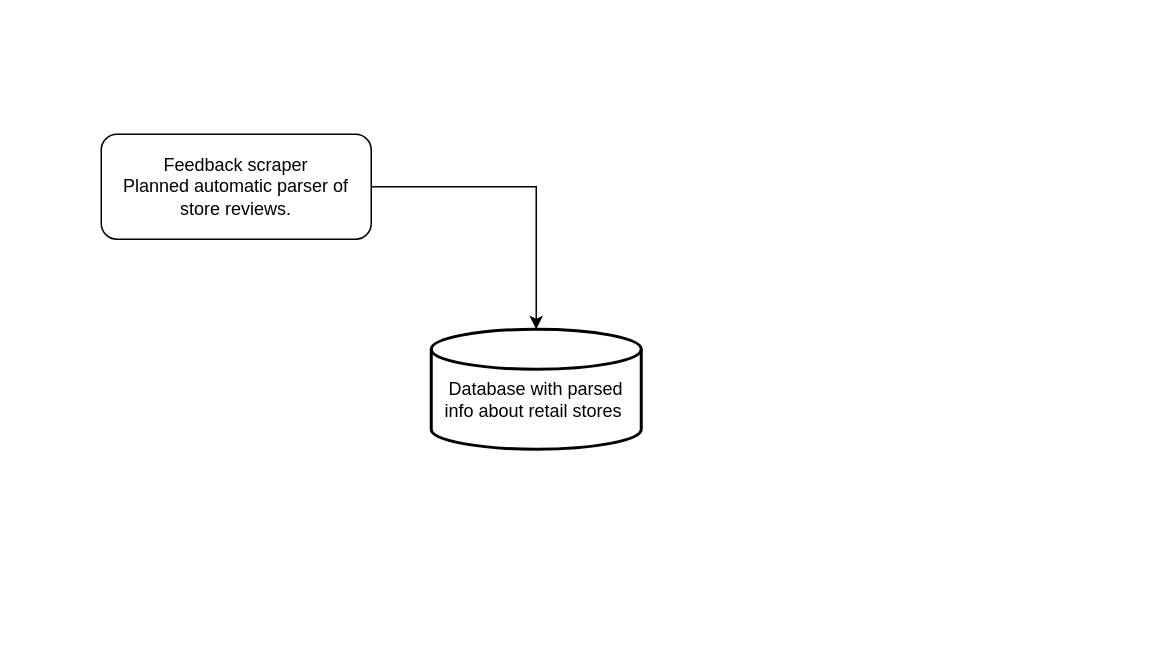
Earlier version of the draw.io diagram diagrams/architecture.drawio (nueramic/customer_feedback_platform). Source tidied: cells renumbered, new cells numbered last; positions are measured from the earlier drawing's top-left corner, leaving out a move shared by most shapes. Both pictures are drawn from the tidied source at 150%, with x=0, y=0 at pixel (100, 134). Pictures stored in the file or linked from it are replaced by grey dashed boxes.
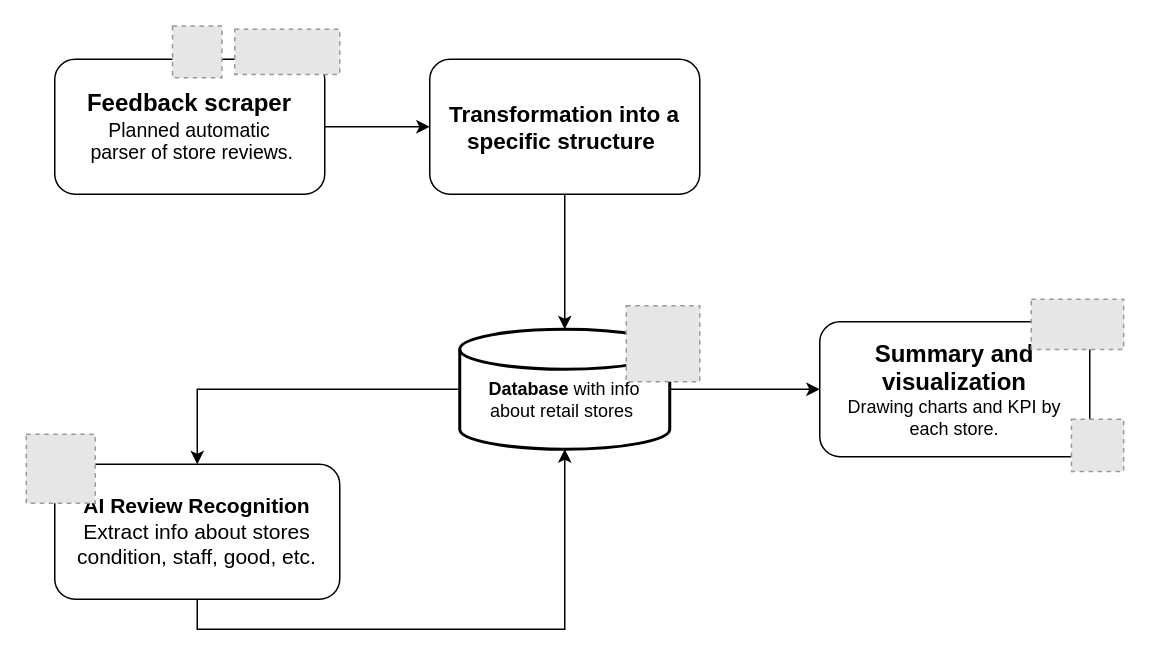
The same diagram, later.

Diff of the diagram source:
```diff
@@
 <mxGraphModel>
   <root>
     <mxCell id="0" />
     <mxCell id="1" parent="0" />
+    <mxCell id="5" style="edgeStyle=orthogonalEdgeStyle;rounded=0;jettySize=auto;html=1;entryX=0.5;entryY=0;entryDx=0;entryDy=0;entryPerimeter=0;" parent="1" edge="1" source="2" target="11">
+      <mxGeometry relative="1" as="geometry" />
+    </mxCell>
+    <mxCell id="6" style="edgeStyle=orthogonalEdgeStyle;rounded=0;jettySize=auto;html=1;entryX=0;entryY=0.5;entryDx=0;entryDy=0;" parent="1" edge="1" source="2" target="12">
+      <mxGeometry relative="1" as="geometry" />
+    </mxCell>
-    <mxCell id="2" value="&lt;br&gt;Database with parsed info about retail stores&amp;nbsp;" style="strokeWidth=2;html=1;shape=mxgraph.flowchart.database;whiteSpace=wrap;" parent="1" vertex="1">
-      <mxGeometry x="220" y="130" width="140" height="80" as="geometry" />
+    <mxCell id="2" value="&lt;br&gt;&lt;b&gt;Database&lt;/b&gt; with info &lt;br&gt;about retail stores&amp;nbsp;" style="strokeWidth=2;html=1;shape=mxgraph.flowchart.database;whiteSpace=wrap;" parent="1" vertex="1">
+      <mxGeometry x="239" y="130" width="140" height="80" as="geometry" />
     </mxCell>
-    <mxCell id="3" style="edgeStyle=orthogonalEdgeStyle;rounded=0;jettySize=auto;html=1;entryX=0.5;entryY=0;entryDx=0;entryDy=0;entryPerimeter=0;" parent="1" edge="1" source="4" target="2">
-      <mxGeometry relative="1" as="geometry" />
-    </mxCell>
+    <mxCell id="7" style="edgeStyle=orthogonalEdgeStyle;rounded=0;jettySize=auto;html=1;entryX=0;entryY=0.5;entryDx=0;entryDy=0;" parent="1" edge="1" source="4" target="9">
+      <mxGeometry relative="1" as="geometry" />
+    </mxCell>
-    <mxCell id="4" value="Feedback scraper&lt;br&gt;Planned automatic parser of store reviews." style="rounded=1;whiteSpace=wrap;html=1;" parent="1" vertex="1">
-      <mxGeometry width="180" height="70" as="geometry" />
+    <mxCell id="4" value="&lt;p style=&quot;font-size: 13px;&quot;&gt;&lt;b style=&quot;font-size: 16px;&quot;&gt;&lt;font style=&quot;font-size: 16px;&quot;&gt;Feedback scraper&lt;br&gt;&lt;/font&gt;&lt;/b&gt;Planned automatic&lt;br&gt;&amp;nbsp;parser of store reviews.&lt;/p&gt;" style="rounded=1;whiteSpace=wrap;html=1;" parent="1" vertex="1">
+      <mxGeometry x="-31" y="-50" width="180" height="90" as="geometry" />
     </mxCell>
+    <mxCell id="8" style="edgeStyle=orthogonalEdgeStyle;rounded=0;jettySize=auto;html=1;entryX=0.5;entryY=0;entryDx=0;entryDy=0;entryPerimeter=0;" parent="1" edge="1" source="9" target="2">
+      <mxGeometry relative="1" as="geometry" />
+    </mxCell>
+    <mxCell id="9" value="&lt;font style=&quot;font-size: 15px;&quot;&gt;&lt;b&gt;&lt;font style=&quot;font-size: 15px;&quot;&gt;Transformation into a specific structure&lt;/font&gt;&lt;/b&gt;&amp;nbsp;&lt;/font&gt;" style="rounded=1;whiteSpace=wrap;html=1;" parent="1" vertex="1">
+      <mxGeometry x="219" y="-50" width="180" height="90" as="geometry" />
+    </mxCell>
+    <mxCell id="10" style="edgeStyle=orthogonalEdgeStyle;rounded=0;jettySize=auto;html=1;entryX=0.5;entryY=1;entryDx=0;entryDy=0;entryPerimeter=0;exitX=0.5;exitY=1;exitDx=0;exitDy=0;" parent="1" edge="1" source="11" target="2">
+      <mxGeometry relative="1" as="geometry" />
+    </mxCell>
+    <mxCell id="11" value="&lt;font style=&quot;font-size: 14px;&quot;&gt;&lt;b&gt;AI Review Recognition&lt;/b&gt;&lt;br&gt;Extract info about stores condition, staff, good, etc.&lt;br&gt;&lt;/font&gt;" style="rounded=1;whiteSpace=wrap;html=1;" parent="1" vertex="1">
+      <mxGeometry x="-31" y="220" width="190" height="90" as="geometry" />
+    </mxCell>
+    <mxCell id="12" value="&lt;font style=&quot;&quot;&gt;&lt;span style=&quot;font-weight: bold; font-size: 16px;&quot;&gt;Summary and visualization&lt;/span&gt;&lt;br&gt;Drawing charts and KPI by &lt;br&gt;each store.&lt;br&gt;&lt;/font&gt;" style="rounded=1;whiteSpace=wrap;html=1;" parent="1" vertex="1">
+      <mxGeometry x="479" y="125" width="180" height="90" as="geometry" />
+    </mxCell>
+    <mxCell id="13" style="fillColor=#E6E6E6;strokeColor=#999999;dashed=1;verticalLabelPosition=bottom;labelBackgroundColor=default;verticalAlign=top;" parent="1" vertex="1">
+      <mxGeometry x="89" y="-70" width="70" height="30.1" as="geometry" />
+    </mxCell>
+    <mxCell id="14" style="fillColor=#E6E6E6;strokeColor=#999999;dashed=1;verticalLabelPosition=bottom;labelBackgroundColor=default;verticalAlign=top;" parent="1" vertex="1">
+      <mxGeometry x="350" y="114.4" width="49" height="50.6" as="geometry" />
+    </mxCell>
+    <mxCell id="15" style="fillColor=#E6E6E6;strokeColor=#999999;dashed=1;verticalLabelPosition=bottom;labelBackgroundColor=default;verticalAlign=top;" parent="1" vertex="1">
+      <mxGeometry x="-50" y="200" width="46" height="46" as="geometry" />
+    </mxCell>
+    <mxCell id="16" style="fillColor=#E6E6E6;strokeColor=#999999;dashed=1;verticalLabelPosition=bottom;labelBackgroundColor=default;verticalAlign=top;" parent="1" vertex="1">
+      <mxGeometry x="620" y="110" width="61.6" height="33.5" as="geometry" />
+    </mxCell>
+    <mxCell id="17" style="fillColor=#E6E6E6;strokeColor=#999999;dashed=1;verticalLabelPosition=bottom;labelBackgroundColor=default;verticalAlign=top;" parent="1" vertex="1">
+      <mxGeometry x="646.8" y="190" width="34.8" height="34.8" as="geometry" />
+    </mxCell>
+    <mxCell id="18" style="fillColor=#E6E6E6;strokeColor=#999999;dashed=1;verticalLabelPosition=bottom;labelBackgroundColor=default;verticalAlign=top;" parent="1" vertex="1">
+      <mxGeometry x="47.5" y="-72.2" width="33" height="34.5" as="geometry" />
+    </mxCell>
   </root>
 </mxGraphModel>
```
